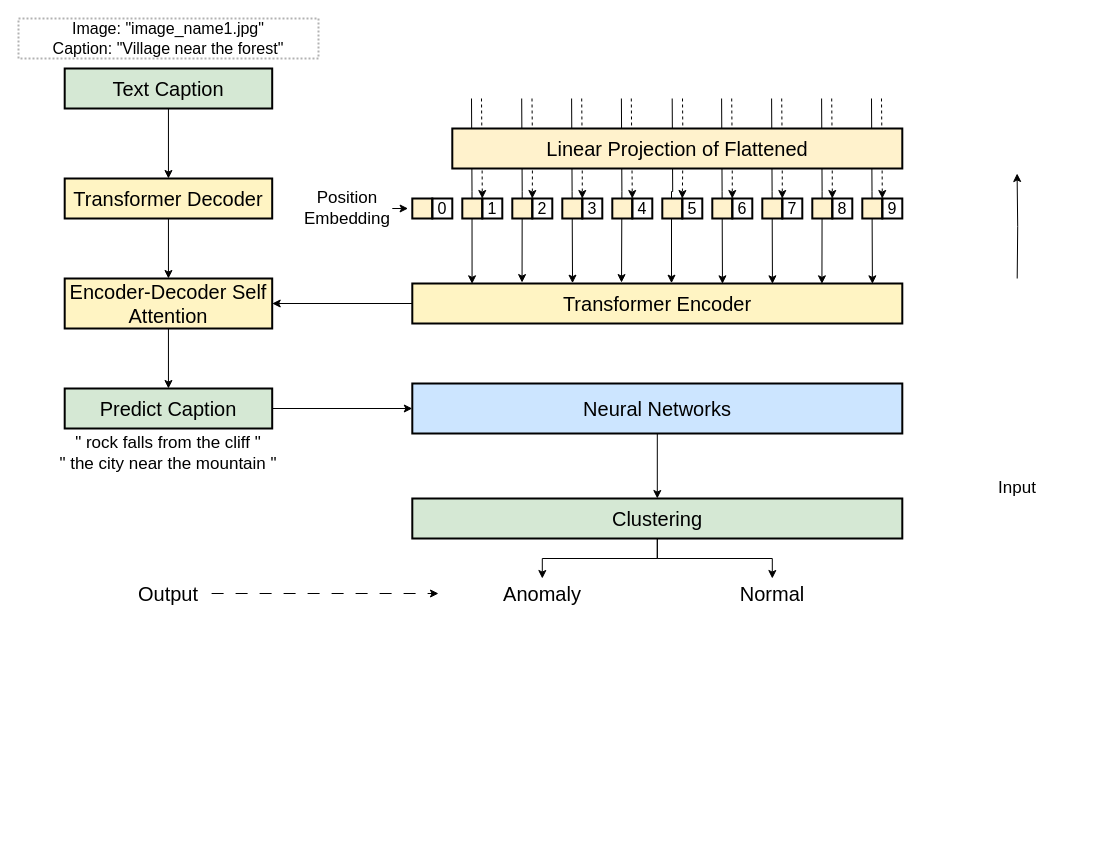
Earlier version of the draw.io diagram page "Anomaly Architecture Cluster" (5 of 6) of Architecture.drawio (MingNarongthat/Anomaly_Transformers). Source tidied: cells renumbered, new cells numbered last; positions are measured from the earlier drawing's top-left corner, leaving out a move shared by most shapes. Both pictures are drawn from the tidied source at 100%, with x=0, y=0 at pixel (18, 18).
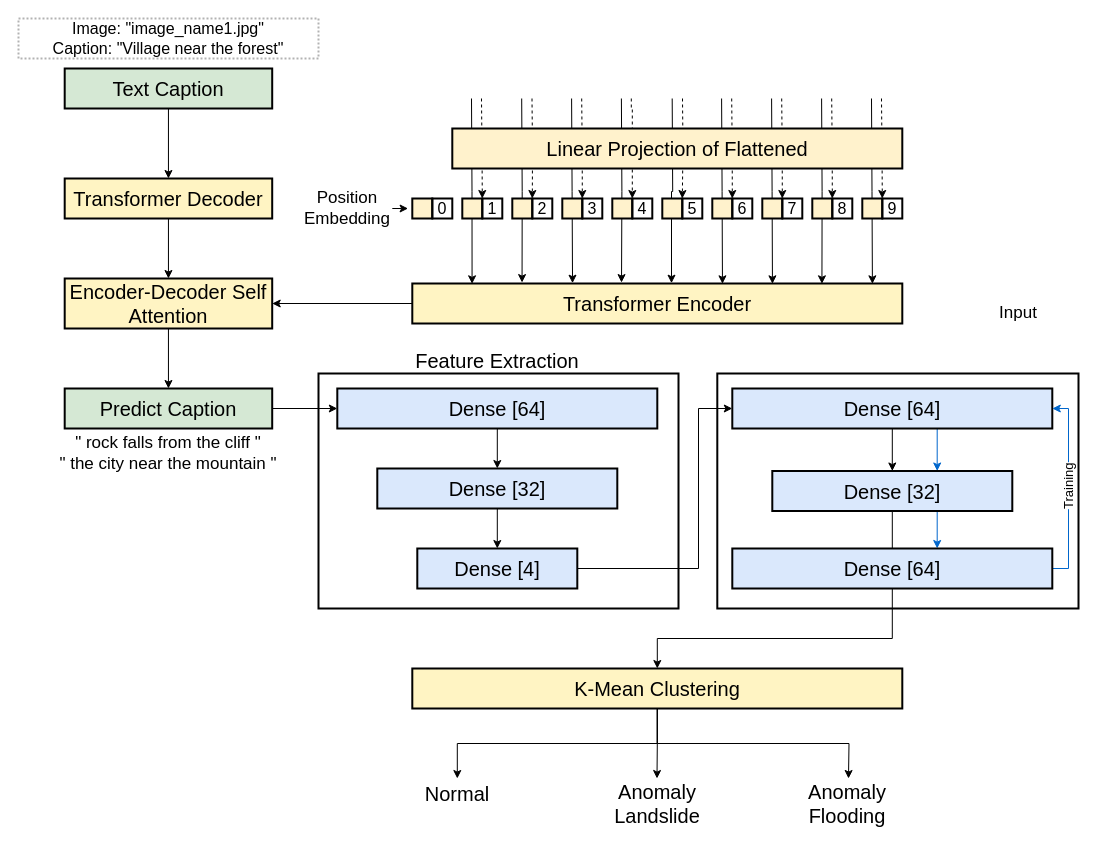
After the change.

The change refers to these unchanged cells:
```xml
<mxCell id="24" value="Predict Caption" style="rounded=0;whiteSpace=wrap;html=1;strokeColor=#000000;strokeWidth=2;fillColor=#D5E8D4;gradientColor=none;fontSize=20;" parent="1" vertex="1">
  <mxGeometry x="46.2" y="370" width="207.5" height="40" as="geometry" />
</mxCell>
<mxCell id="50" value="4" style="rounded=0;whiteSpace=wrap;html=1;fontFamily=Helvetica;fontSize=16;fontColor=default;fillColor=none;strokeWidth=2;" parent="1" vertex="1">
  <mxGeometry x="613.8" y="180" width="20" height="20" as="geometry" />
</mxCell>
```

What changed in the source:
```diff
@@
     <mxCell id="2" style="edgeStyle=orthogonalEdgeStyle;shape=connector;rounded=0;sketch=0;jumpStyle=none;jettySize=auto;html=1;exitX=0.5;exitY=1;exitDx=0;exitDy=0;entryX=0;entryY=0;entryDx=0;entryDy=0;shadow=0;labelBackgroundColor=default;strokeColor=default;fontFamily=Helvetica;fontSize=16;fontColor=default;endArrow=classic;dashed=1;" parent="1" edge="1" target="50">
       <mxGeometry relative="1" as="geometry">
         <mxPoint x="612.8" y="80" as="sourcePoint" />
+        <Array as="points">
+          <mxPoint x="613" y="90" />
+          <mxPoint x="614" y="90" />
+        </Array>
       </mxGeometry>
     </mxCell>
@@
-    <mxCell id="23" style="edgeStyle=orthogonalEdgeStyle;shape=connector;rounded=0;sketch=0;jumpStyle=none;jettySize=auto;html=1;exitX=1;exitY=0.5;exitDx=0;exitDy=0;entryX=0;entryY=0.5;entryDx=0;entryDy=0;shadow=0;labelBackgroundColor=default;strokeColor=default;fontFamily=Helvetica;fontSize=16;fontColor=default;endArrow=classic;" parent="1" edge="1" source="24" target="32">
-      <mxGeometry relative="1" as="geometry" />
-    </mxCell>
+    <mxCell id="66" style="edgeStyle=orthogonalEdgeStyle;shape=connector;rounded=0;sketch=0;jumpStyle=none;jettySize=auto;html=1;exitX=1;exitY=0.5;exitDx=0;exitDy=0;entryX=0;entryY=0.5;entryDx=0;entryDy=0;shadow=0;labelBackgroundColor=default;strokeColor=default;fontFamily=Helvetica;fontSize=20;fontColor=default;endArrow=classic;" parent="1" edge="1" source="24" target="68">
+      <mxGeometry relative="1" as="geometry" />
+    </mxCell>
@@
-    <mxCell id="31" style="edgeStyle=orthogonalEdgeStyle;shape=connector;rounded=0;sketch=0;jumpStyle=none;jettySize=auto;html=1;exitX=0.5;exitY=1;exitDx=0;exitDy=0;entryX=0.5;entryY=0;entryDx=0;entryDy=0;shadow=0;labelBackgroundColor=default;strokeColor=default;fontFamily=Helvetica;fontSize=16;fontColor=default;endArrow=classic;" parent="1" edge="1" source="32" target="35">
-      <mxGeometry relative="1" as="geometry" />
-    </mxCell>
-    <mxCell id="32" value="Neural Networks" style="rounded=0;whiteSpace=wrap;html=1;strokeColor=#000000;strokeWidth=2;fillColor=#CCE5FF;gradientColor=none;fontSize=20;" parent="1" vertex="1">
-      <mxGeometry x="393.8" y="365" width="490" height="50" as="geometry" />
+    <mxCell id="32" style="rounded=0;whiteSpace=wrap;html=1;strokeWidth=2;fontSize=20;fillColor=none;" parent="1" vertex="1">
+      <mxGeometry x="300" y="355" width="360" height="235" as="geometry" />
     </mxCell>
-    <mxCell id="33" style="edgeStyle=orthogonalEdgeStyle;shape=connector;rounded=0;sketch=0;jumpStyle=none;jettySize=auto;html=1;exitX=0.5;exitY=1;exitDx=0;exitDy=0;entryX=0.5;entryY=0;entryDx=0;entryDy=0;shadow=0;labelBackgroundColor=default;strokeColor=default;fontFamily=Helvetica;fontSize=20;fontColor=default;endArrow=classic;" parent="1" edge="1" source="35" target="61">
-      <mxGeometry relative="1" as="geometry" />
-    </mxCell>
-    <mxCell id="34" style="edgeStyle=orthogonalEdgeStyle;shape=connector;rounded=0;sketch=0;jumpStyle=none;jettySize=auto;html=1;exitX=0.5;exitY=1;exitDx=0;exitDy=0;entryX=0.5;entryY=0;entryDx=0;entryDy=0;shadow=0;labelBackgroundColor=default;strokeColor=default;fontFamily=Helvetica;fontSize=20;fontColor=default;endArrow=classic;" parent="1" edge="1" source="35" target="62">
-      <mxGeometry relative="1" as="geometry" />
-    </mxCell>
-    <mxCell id="35" value="Clustering" style="rounded=0;whiteSpace=wrap;html=1;strokeColor=#000000;strokeWidth=2;fillColor=#D5E8D4;gradientColor=none;fontSize=20;" parent="1" vertex="1">
-      <mxGeometry x="393.8" y="480" width="490" height="40" as="geometry" />
-    </mxCell>
     <mxCell id="36" value="Input" style="rounded=0;whiteSpace=wrap;html=1;fontSize=17;fillColor=none;strokeColor=none;align=center;" parent="1" vertex="1">
-      <mxGeometry x="953.7" y="455" width="90" height="30" as="geometry" />
+      <mxGeometry x="955" y="280" width="90" height="30" as="geometry" />
     </mxCell>
@@
-    <mxCell id="61" value="Anomaly" style="rounded=0;whiteSpace=wrap;html=1;fontSize=20;fillColor=none;strokeColor=none;align=center;" parent="1" vertex="1">
-      <mxGeometry x="478.8" y="560" width="90" height="30" as="geometry" />
+    <mxCell id="61" value="Normal" style="rounded=0;whiteSpace=wrap;html=1;fontSize=20;fillColor=none;strokeColor=none;align=center;" parent="1" vertex="1">
+      <mxGeometry x="393.8" y="760" width="90" height="30" as="geometry" />
     </mxCell>
-    <mxCell id="62" value="Normal" style="rounded=0;whiteSpace=wrap;html=1;fontSize=20;fillColor=none;strokeColor=none;align=center;" parent="1" vertex="1">
-      <mxGeometry x="708.8" y="560" width="90" height="30" as="geometry" />
+    <mxCell id="62" value="Anomaly&lt;br&gt;Flooding" style="rounded=0;whiteSpace=wrap;html=1;fontSize=20;fillColor=none;strokeColor=none;align=center;" parent="1" vertex="1">
+      <mxGeometry x="773.8" y="770" width="110" height="30" as="geometry" />
     </mxCell>
-    <mxCell id="63" style="edgeStyle=orthogonalEdgeStyle;shape=connector;rounded=0;sketch=0;jumpStyle=none;jettySize=auto;html=1;exitX=1;exitY=0.5;exitDx=0;exitDy=0;shadow=0;labelBackgroundColor=default;strokeColor=default;fontFamily=Helvetica;fontSize=20;fontColor=default;endArrow=classic;strokeWidth=1;dashed=1;dashPattern=12 12;" parent="1" edge="1" source="64">
-      <mxGeometry relative="1" as="geometry">
-        <mxPoint x="420" y="575" as="targetPoint" />
-      </mxGeometry>
-    </mxCell>
-    <mxCell id="64" value="Output" style="rounded=0;whiteSpace=wrap;html=1;fontSize=20;fillColor=none;strokeColor=none;align=center;" parent="1" vertex="1">
-      <mxGeometry x="106.9" y="560" width="86.2" height="30" as="geometry" />
-    </mxCell>
-    <mxCell id="65" style="edgeStyle=orthogonalEdgeStyle;shape=connector;rounded=0;sketch=0;jumpStyle=none;orthogonalLoop=1;jettySize=auto;html=1;exitX=0.5;exitY=0;exitDx=0;exitDy=0;entryX=0.5;entryY=1;entryDx=0;entryDy=0;shadow=0;labelBackgroundColor=default;strokeColor=default;fontFamily=Helvetica;fontSize=20;fontColor=default;endArrow=classic;" parent="1" edge="1">
-      <mxGeometry relative="1" as="geometry">
-        <mxPoint x="998.7" y="260" as="sourcePoint" />
-        <mxPoint x="998.6" y="155" as="targetPoint" />
-      </mxGeometry>
-    </mxCell>
+    <mxCell id="67" style="edgeStyle=orthogonalEdgeStyle;shape=connector;rounded=0;sketch=0;jumpStyle=none;jettySize=auto;html=1;exitX=0.5;exitY=1;exitDx=0;exitDy=0;entryX=0.5;entryY=0;entryDx=0;entryDy=0;shadow=0;labelBackgroundColor=default;strokeColor=default;fontFamily=Helvetica;fontSize=20;fontColor=default;endArrow=classic;" parent="1" edge="1" source="68" target="70">
+      <mxGeometry relative="1" as="geometry" />
+    </mxCell>
+    <mxCell id="68" value="Dense [64]" style="rounded=0;whiteSpace=wrap;html=1;strokeColor=#000000;strokeWidth=2;fillColor=#dae8fc;fontSize=20;" parent="1" vertex="1">
+      <mxGeometry x="318.8" y="370" width="320" height="40" as="geometry" />
+    </mxCell>
+    <mxCell id="69" style="edgeStyle=orthogonalEdgeStyle;shape=connector;rounded=0;sketch=0;jumpStyle=none;jettySize=auto;html=1;exitX=0.5;exitY=1;exitDx=0;exitDy=0;entryX=0.5;entryY=0;entryDx=0;entryDy=0;shadow=0;labelBackgroundColor=default;strokeColor=default;fontFamily=Helvetica;fontSize=20;fontColor=default;endArrow=classic;" parent="1" edge="1" source="70" target="72">
+      <mxGeometry relative="1" as="geometry" />
+    </mxCell>
+    <mxCell id="70" value="Dense [32]" style="rounded=0;whiteSpace=wrap;html=1;strokeColor=#000000;strokeWidth=2;fillColor=#dae8fc;fontSize=20;" parent="1" vertex="1">
+      <mxGeometry x="358.8" y="450" width="240" height="40" as="geometry" />
+    </mxCell>
+    <mxCell id="71" style="edgeStyle=orthogonalEdgeStyle;shape=connector;rounded=0;sketch=0;jumpStyle=none;jettySize=auto;html=1;exitX=1;exitY=0.5;exitDx=0;exitDy=0;entryX=0;entryY=0.5;entryDx=0;entryDy=0;shadow=0;labelBackgroundColor=default;strokeColor=default;fontFamily=Helvetica;fontSize=20;fontColor=default;endArrow=classic;" parent="1" edge="1" source="72" target="77">
+      <mxGeometry relative="1" as="geometry">
+        <Array as="points">
+          <mxPoint x="680" y="550" />
+          <mxPoint x="680" y="390" />
+        </Array>
+      </mxGeometry>
+    </mxCell>
+    <mxCell id="72" value="Dense [4]" style="rounded=0;whiteSpace=wrap;html=1;strokeColor=#000000;strokeWidth=2;fillColor=#dae8fc;fontSize=20;" parent="1" vertex="1">
+      <mxGeometry x="398.8" y="530" width="160" height="40" as="geometry" />
+    </mxCell>
+    <mxCell id="73" value="Feature Extraction" style="rounded=0;whiteSpace=wrap;html=1;fontSize=20;fillColor=none;strokeColor=none;align=center;" parent="1" vertex="1">
+      <mxGeometry x="386.6" y="327" width="184.4" height="30" as="geometry" />
+    </mxCell>
+    <mxCell id="74" style="rounded=0;whiteSpace=wrap;html=1;strokeWidth=2;fontSize=20;fillColor=none;" parent="1" vertex="1">
+      <mxGeometry x="698.8" y="355" width="361.2" height="235" as="geometry" />
+    </mxCell>
+    <mxCell id="75" style="edgeStyle=orthogonalEdgeStyle;shape=connector;rounded=0;sketch=0;jumpStyle=none;orthogonalLoop=1;jettySize=auto;html=1;exitX=0.5;exitY=1;exitDx=0;exitDy=0;entryX=0.5;entryY=0;entryDx=0;entryDy=0;shadow=0;labelBackgroundColor=default;strokeColor=#0066CC;fontFamily=Helvetica;fontSize=20;fontColor=default;endArrow=classic;" parent="1" edge="1">
+      <mxGeometry relative="1" as="geometry">
+        <mxPoint x="918.7" y="410" as="sourcePoint" />
+        <mxPoint x="918.7" y="452.5" as="targetPoint" />
+      </mxGeometry>
+    </mxCell>
+    <mxCell id="76" style="edgeStyle=orthogonalEdgeStyle;shape=connector;rounded=0;sketch=0;jumpStyle=none;jettySize=auto;html=1;exitX=0.5;exitY=1;exitDx=0;exitDy=0;entryX=0.5;entryY=0;entryDx=0;entryDy=0;shadow=0;labelBackgroundColor=default;strokeColor=default;fontFamily=Helvetica;fontSize=20;fontColor=default;endArrow=classic;" parent="1" edge="1" source="77" target="80">
+      <mxGeometry relative="1" as="geometry" />
+    </mxCell>
+    <mxCell id="77" value="Dense [64]" style="rounded=0;whiteSpace=wrap;html=1;strokeColor=#000000;strokeWidth=2;fillColor=#dae8fc;fontSize=20;" parent="1" vertex="1">
+      <mxGeometry x="713.8" y="370" width="320" height="40" as="geometry" />
+    </mxCell>
+    <mxCell id="78" style="edgeStyle=orthogonalEdgeStyle;shape=connector;rounded=0;sketch=0;jumpStyle=none;orthogonalLoop=1;jettySize=auto;html=1;exitX=0.5;exitY=1;exitDx=0;exitDy=0;entryX=0.5;entryY=0;entryDx=0;entryDy=0;shadow=0;labelBackgroundColor=default;strokeColor=#0066CC;fontFamily=Helvetica;fontSize=20;fontColor=default;endArrow=classic;" parent="1" edge="1">
+      <mxGeometry relative="1" as="geometry">
+        <mxPoint x="918.7" y="492.5" as="sourcePoint" />
+        <mxPoint x="918.7" y="530" as="targetPoint" />
+      </mxGeometry>
+    </mxCell>
+    <mxCell id="79" style="edgeStyle=orthogonalEdgeStyle;shape=connector;rounded=0;sketch=0;jumpStyle=none;jettySize=auto;html=1;exitX=0.5;exitY=1;exitDx=0;exitDy=0;shadow=0;labelBackgroundColor=default;strokeColor=default;fontFamily=Helvetica;fontSize=20;fontColor=default;endArrow=classic;entryX=0.5;entryY=0;entryDx=0;entryDy=0;" parent="1" edge="1" source="80" target="87">
+      <mxGeometry relative="1" as="geometry">
+        <Array as="points">
+          <mxPoint x="874" y="620" />
+          <mxPoint x="639" y="620" />
+        </Array>
+      </mxGeometry>
+    </mxCell>
+    <mxCell id="80" value="Dense [32]" style="rounded=0;whiteSpace=wrap;html=1;strokeColor=#000000;strokeWidth=2;fillColor=#dae8fc;fontSize=20;" parent="1" vertex="1">
+      <mxGeometry x="753.8" y="452.5" width="240" height="40" as="geometry" />
+    </mxCell>
+    <mxCell id="81" style="edgeStyle=orthogonalEdgeStyle;shape=connector;rounded=0;sketch=0;jumpStyle=none;jettySize=auto;html=1;exitX=1;exitY=0.5;exitDx=0;exitDy=0;entryX=1;entryY=0.5;entryDx=0;entryDy=0;shadow=0;labelBackgroundColor=default;strokeColor=#0066CC;fontFamily=Helvetica;fontSize=20;fontColor=default;endArrow=classic;" parent="1" edge="1" source="83" target="77">
+      <mxGeometry relative="1" as="geometry">
+        <Array as="points">
+          <mxPoint x="1050" y="550" />
+          <mxPoint x="1050" y="390" />
+        </Array>
+      </mxGeometry>
+    </mxCell>
+    <mxCell id="82" value="Training" style="edgeLabel;html=1;align=center;verticalAlign=middle;fontSize=13;fontFamily=Helvetica;fontColor=default;rotation=-90;" parent="81" vertex="1">
+      <mxGeometry x="0.01" y="1" relative="1" as="geometry" />
+    </mxCell>
+    <mxCell id="83" value="Dense [64]" style="rounded=0;whiteSpace=wrap;html=1;strokeColor=#000000;strokeWidth=2;fillColor=#dae8fc;fontSize=20;" parent="1" vertex="1">
+      <mxGeometry x="713.8" y="530" width="320" height="40" as="geometry" />
+    </mxCell>
+    <mxCell id="84" style="edgeStyle=orthogonalEdgeStyle;shape=connector;rounded=0;sketch=0;jumpStyle=none;jettySize=auto;html=1;exitX=0.5;exitY=1;exitDx=0;exitDy=0;entryX=0.5;entryY=0;entryDx=0;entryDy=0;shadow=0;labelBackgroundColor=default;strokeColor=default;fontFamily=Helvetica;fontSize=13;fontColor=default;endArrow=classic;" parent="1" edge="1" source="87" target="61">
+      <mxGeometry relative="1" as="geometry" />
+    </mxCell>
+    <mxCell id="85" style="edgeStyle=orthogonalEdgeStyle;shape=connector;rounded=0;sketch=0;jumpStyle=none;jettySize=auto;html=1;exitX=0.5;exitY=1;exitDx=0;exitDy=0;shadow=0;labelBackgroundColor=default;strokeColor=default;fontFamily=Helvetica;fontSize=13;fontColor=default;endArrow=classic;" parent="1" edge="1" source="87">
+      <mxGeometry relative="1" as="geometry">
+        <mxPoint x="638.5" y="760" as="targetPoint" />
+      </mxGeometry>
+    </mxCell>
+    <mxCell id="86" style="edgeStyle=orthogonalEdgeStyle;shape=connector;rounded=0;sketch=0;jumpStyle=none;jettySize=auto;html=1;exitX=0.5;exitY=1;exitDx=0;exitDy=0;shadow=0;labelBackgroundColor=default;strokeColor=default;fontFamily=Helvetica;fontSize=13;fontColor=default;endArrow=classic;" parent="1" edge="1" source="87">
+      <mxGeometry relative="1" as="geometry">
+        <mxPoint x="830" y="760" as="targetPoint" />
+      </mxGeometry>
+    </mxCell>
+    <mxCell id="87" value="K-Mean Clustering" style="rounded=0;whiteSpace=wrap;html=1;strokeColor=#000000;strokeWidth=2;fillColor=#FFF4C3;gradientColor=none;fontSize=20;" parent="1" vertex="1">
+      <mxGeometry x="393.8" y="650" width="490" height="40" as="geometry" />
+    </mxCell>
+    <mxCell id="88" value="Anomaly&lt;br&gt;Landslide" style="rounded=0;whiteSpace=wrap;html=1;fontSize=20;fillColor=none;strokeColor=none;align=center;" parent="1" vertex="1">
+      <mxGeometry x="583.8" y="770" width="110" height="30" as="geometry" />
+    </mxCell>
```
